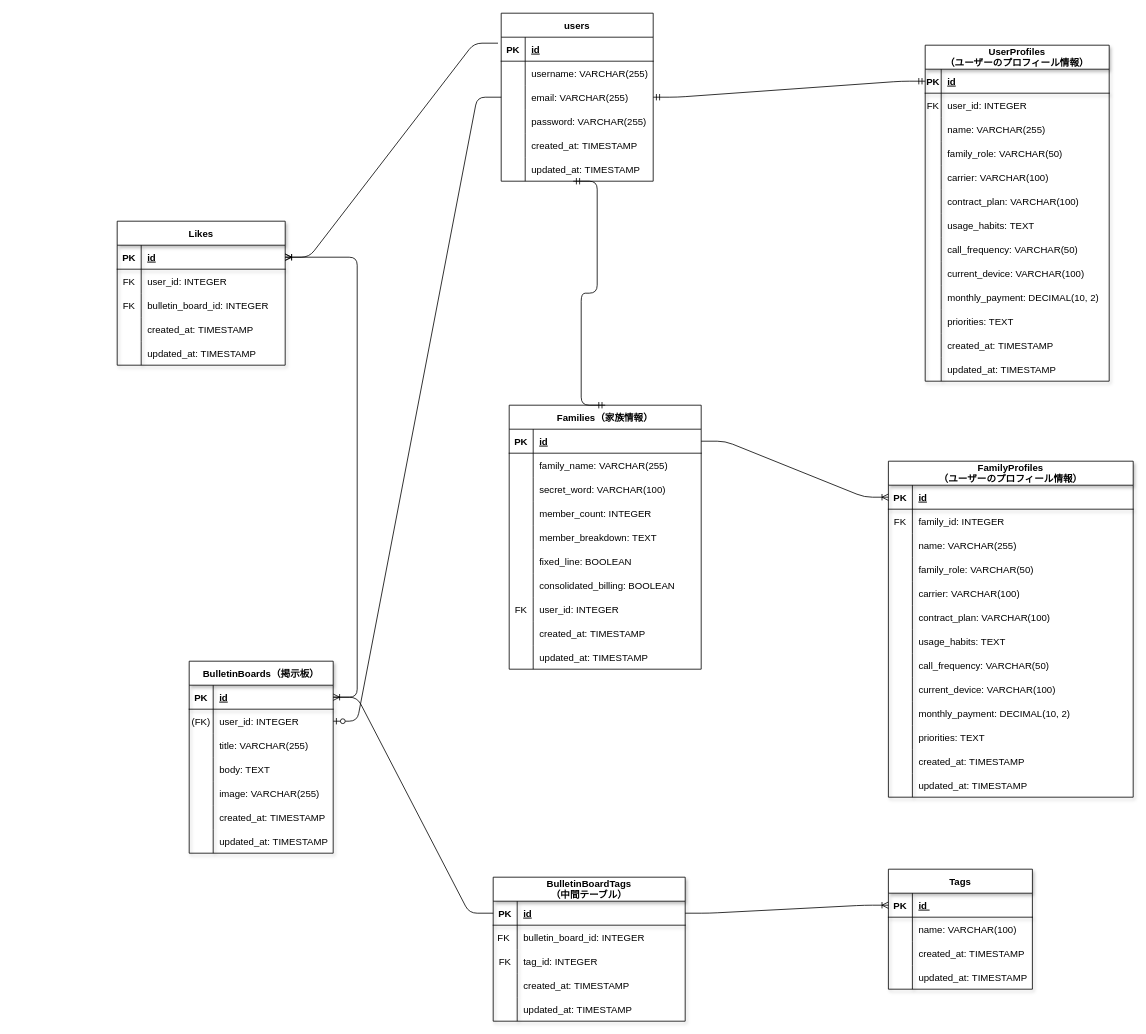
nosuke1024/tonaritsushin keeps this draw.io diagram as ER.drawio. Above is the earlier version. Source tidied: cells renumbered, new cells numbered last; positions are measured from the earlier drawing's top-left corner, leaving out a move shared by most shapes. Both pictures are drawn from the tidied source at 80%, with x=0, y=0 at pixel (117, 13).
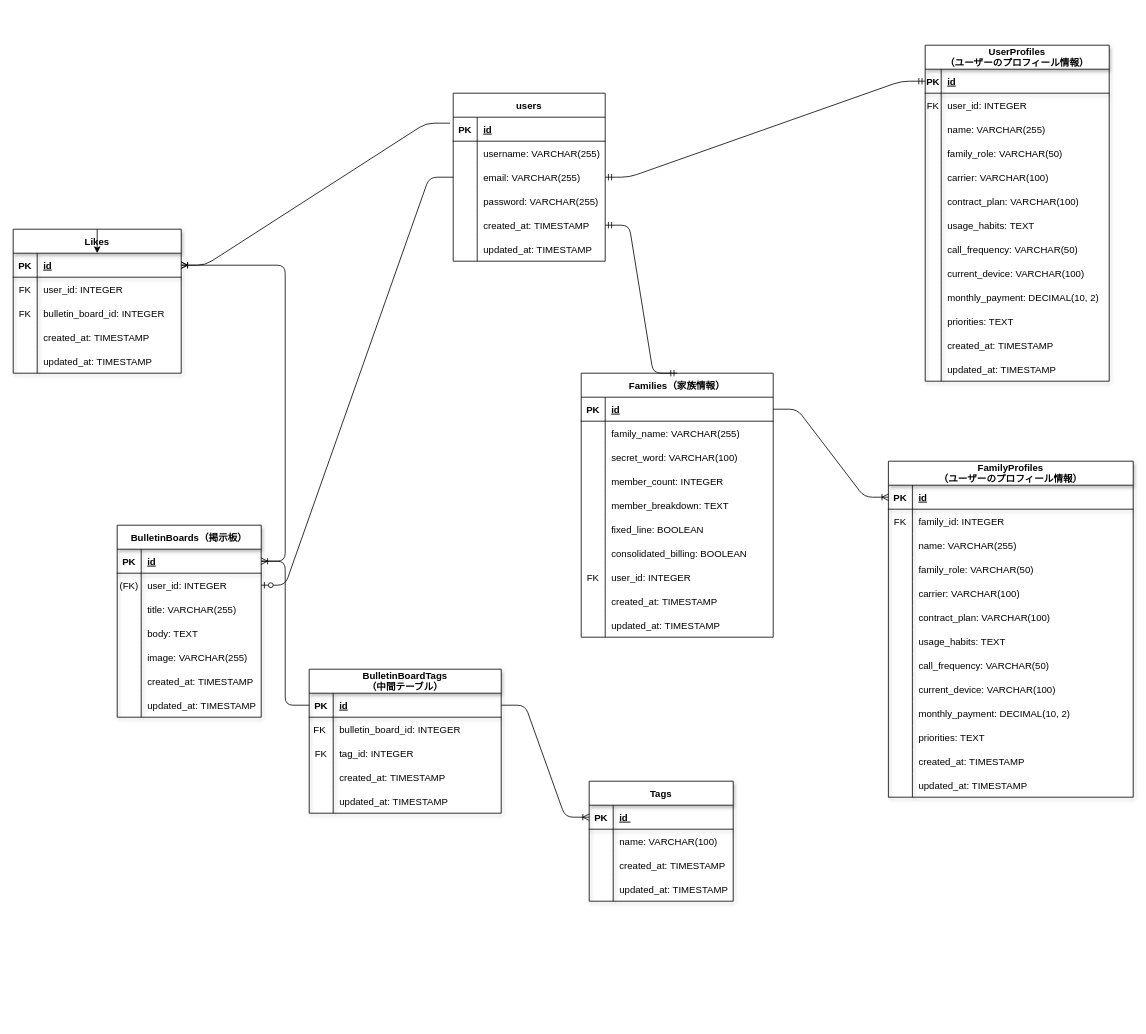
The same page after the edit.

The change refers to these unchanged cells:
```xml
<mxCell id="125" style="shape=tableRow;horizontal=0;startSize=0;swimlaneHead=0;swimlaneBody=0;fillColor=none;points=[[0,0.5],[1,0.5]];portConstraint=eastwest;top=0;left=0;right=0;bottom=1;shadow=1;" parent="124" vertex="1">
  <mxGeometry y="30" width="210" height="30" as="geometry" />
</mxCell>
<mxCell id="199" style="shape=tableRow;horizontal=0;startSize=0;swimlaneHead=0;swimlaneBody=0;fillColor=none;points=[[0,0.5],[1,0.5]];portConstraint=eastwest;top=0;left=0;right=0;bottom=0;" parent="186" vertex="1">
  <mxGeometry y="150" width="190" height="30" as="geometry" />
</mxCell>
```

What changed in the source:
```diff
@@
     <mxCell id="42" value="Families（家族情報）" style="shape=table;startSize=30;childLayout=tableLayout;rowLines=0;fontStyle=1;align=center;" parent="1" vertex="1">
-      <mxGeometry x="490" y="490" width="240" height="330" as="geometry" />
+      <mxGeometry x="580" y="450" width="240" height="330" as="geometry" />
     </mxCell>
@@
     <mxCell id="73" value="BulletinBoards（掲示板）" style="shape=table;startSize=30;childLayout=tableLayout;rowLines=0;fontStyle=1;align=center;shadow=1;" parent="1" vertex="1">
-      <mxGeometry x="90" y="810" width="180" height="240" as="geometry" />
+      <mxGeometry y="640" width="180" height="240" as="geometry" />
     </mxCell>
@@
     <mxCell id="95" value="Tags" style="shape=table;startSize=30;childLayout=tableLayout;rowLines=0;fontStyle=1;align=center;shadow=1;" parent="1" vertex="1">
-      <mxGeometry x="964" y="1070" width="180" height="150" as="geometry" />
+      <mxGeometry x="590" y="960" width="180" height="150" as="geometry" />
     </mxCell>
@@
     <mxCell id="108" value="BulletinBoardTags&#10;（中間テーブル）" style="shape=table;startSize=30;childLayout=tableLayout;rowLines=0;fontStyle=1;align=center;shadow=1;" parent="1" vertex="1">
-      <mxGeometry x="470" y="1080" width="240" height="180" as="geometry" />
+      <mxGeometry x="240" y="820" width="240" height="180" as="geometry" />
     </mxCell>
@@
     <mxCell id="124" value="Likes" style="shape=table;startSize=30;childLayout=tableLayout;rowLines=0;fontStyle=1;align=center;shadow=1;" parent="1" vertex="1">
-      <mxGeometry y="260" width="210" height="180" as="geometry" />
+      <mxGeometry x="-130" y="270" width="210" height="180" as="geometry" />
     </mxCell>
@@
+    <mxCell id="207" style="edgeStyle=none;html=1;exitX=0.5;exitY=0;exitDx=0;exitDy=0;" parent="124" edge="1" source="124" target="125">
+      <mxGeometry relative="1" as="geometry" />
+    </mxCell>
@@
     <mxCell id="186" value="users" style="shape=table;startSize=30;childLayout=tableLayout;rowLines=0;fontStyle=1;align=center;" parent="1" vertex="1">
-      <mxGeometry x="480" width="190" height="210" as="geometry" />
+      <mxGeometry x="420" y="100" width="190" height="210" as="geometry" />
     </mxCell>
@@
-    <mxCell id="205" style="edgeStyle=entityRelationEdgeStyle;fontSize=12;html=1;endArrow=ERmandOne;startArrow=ERmandOne;entryX=0.5;entryY=0;entryDx=0;entryDy=0;" parent="1" edge="1" target="42">
-      <mxGeometry relative="1" as="geometry">
-        <mxPoint x="570" y="210" as="sourcePoint" />
-      </mxGeometry>
+    <mxCell id="205" style="edgeStyle=entityRelationEdgeStyle;fontSize=12;html=1;endArrow=ERmandOne;startArrow=ERmandOne;entryX=0.5;entryY=0;entryDx=0;entryDy=0;exitX=1;exitY=0.5;exitDx=0;exitDy=0;" parent="1" edge="1" source="199" target="42">
+      <mxGeometry relative="1" as="geometry" />
     </mxCell>
```
